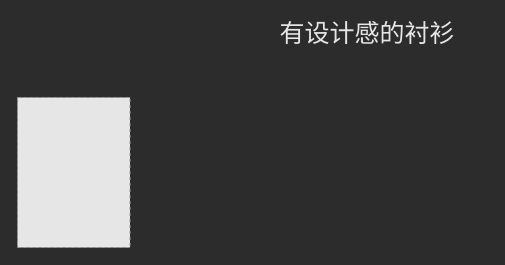
rannngit/-my_inspiration_collection keeps this draw.io diagram as creative_shirt.drawio. Above is the earlier version. Source tidied: cells renumbered, new cells numbered last; positions are measured from the earlier drawing's top-left corner, leaving out a move shared by most shapes. Both pictures are drawn from the tidied source at 100%, with x=0, y=0 at pixel (17, 17). Pictures stored in the file or linked from it are replaced by grey dashed boxes.
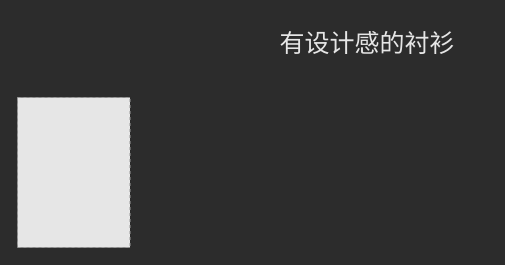
Above is the later version.

The edit, as a diff of the source:
```diff
@@
 <mxGraphModel background="light-dark(#2C2C2C,#232323)">
   <root>
     <mxCell id="0" />
     <mxCell id="1" parent="0" />
     <mxCell id="2" style="fillColor=#E6E6E6;strokeColor=#999999;dashed=1;verticalLabelPosition=bottom;verticalAlign=top;" parent="1" vertex="1">
       <mxGeometry y="80" width="112.5" height="150" as="geometry" />
     </mxCell>
-    <mxCell id="3" value="有设计感的衬衫" style="text;html=1;whiteSpace=wrap;strokeColor=none;fillColor=none;align=center;verticalAlign=middle;rounded=0;fontSize=25;fontColor=#E6E6E6;" parent="1" vertex="1">
-      <mxGeometry x="230" width="240" height="30" as="geometry" />
+    <mxCell id="3" value="有设计感的衬衫" style="text;html=1;whiteSpace=wrap;strokeColor=none;fillColor=none;align=center;verticalAlign=middle;rounded=0;fontSize=25;fontColor=light-dark(#E6E6E6,#E6E6E6);" parent="1" vertex="1">
+      <mxGeometry x="230" width="240" height="50" as="geometry" />
     </mxCell>
   </root>
 </mxGraphModel>
```
